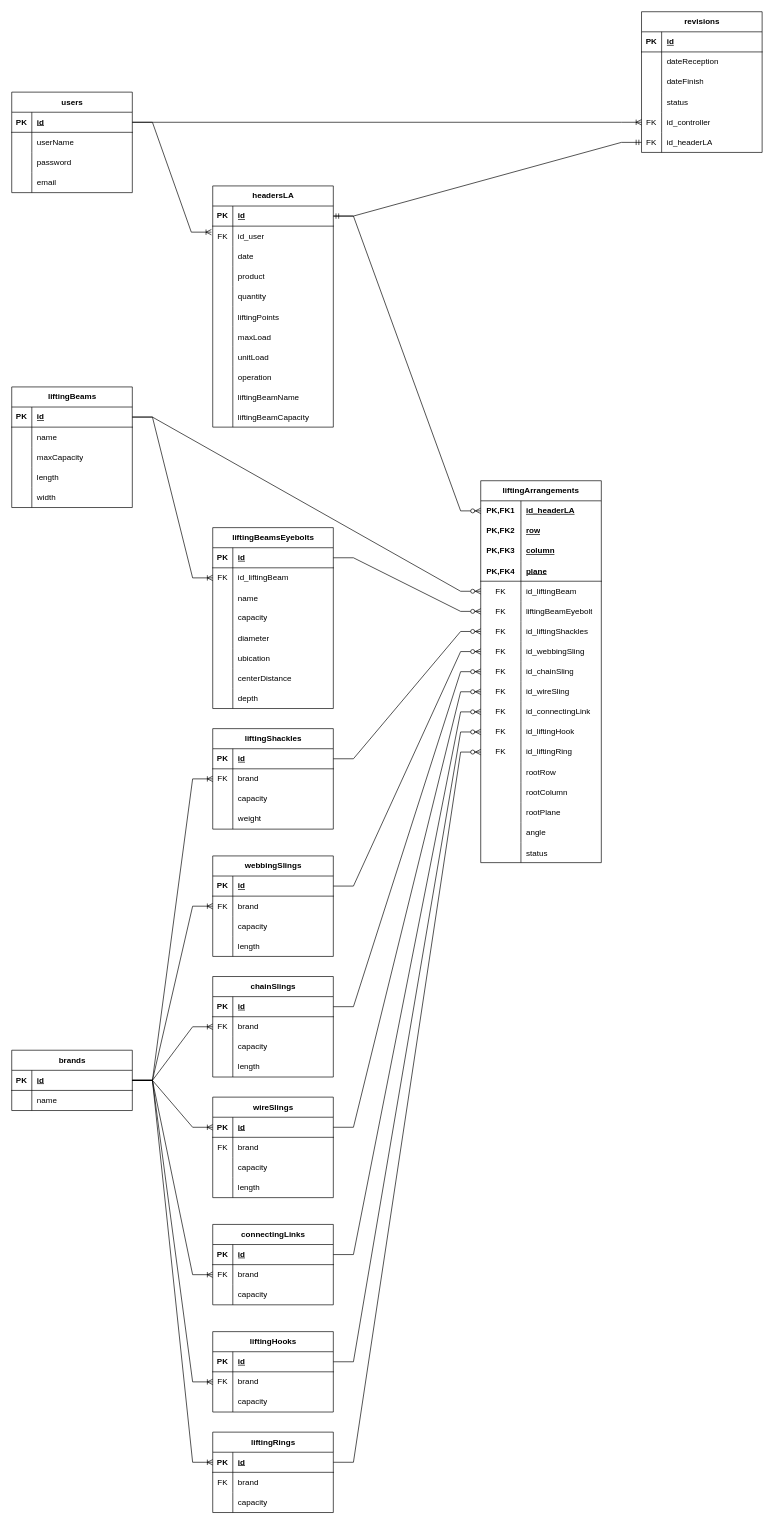
The draw.io diagram Lifting Arrangement.drawio in diego-g-cono/LiftingArrangement, before the edit. Source tidied: cells renumbered, new cells numbered last; positions are measured from the earlier drawing's top-left corner, leaving out a move shared by most shapes. Both pictures are drawn from the tidied source at 67%, with x=0, y=0 at pixel (11, 11).
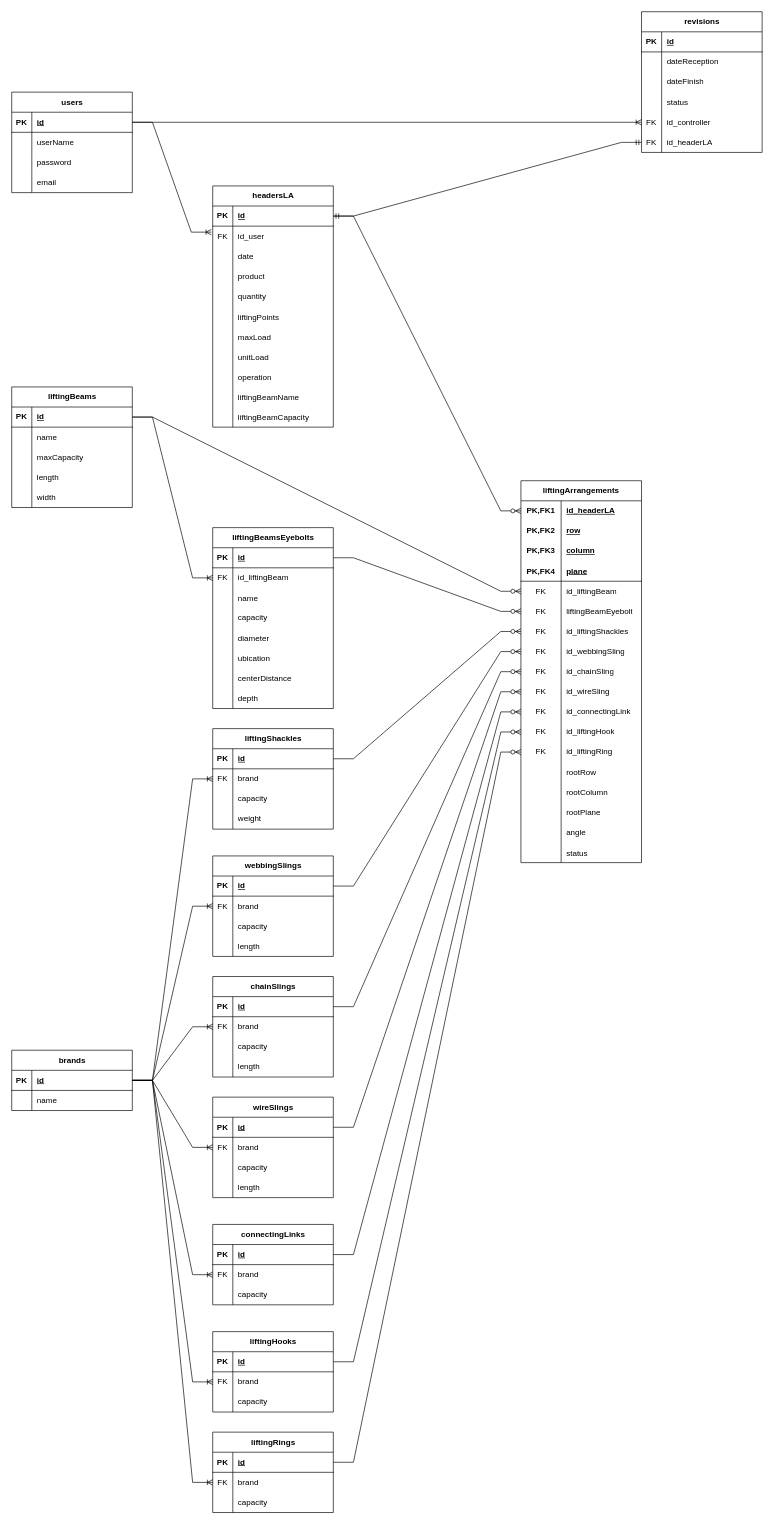
The same diagram, later.

Commit message (it also covers changes not shown here):
se agrego el metodo Get para traer todos los usuarios

The change refers to these unchanged cells:
```xml
<mxCell id="119" style="shape=tableRow;horizontal=0;startSize=0;swimlaneHead=0;swimlaneBody=0;fillColor=none;points=[[0,0.5],[1,0.5]];portConstraint=eastwest;top=0;left=0;right=0;bottom=1;" parent="118" vertex="1">
  <mxGeometry y="30" width="180" height="30" as="geometry" />
</mxCell>
<mxCell id="155" style="shape=tableRow;horizontal=0;startSize=0;swimlaneHead=0;swimlaneBody=0;fillColor=none;points=[[0,0.5],[1,0.5]];portConstraint=eastwest;top=0;left=0;right=0;bottom=1;" parent="154" vertex="1">
  <mxGeometry y="30" width="180" height="30" as="geometry" />
</mxCell>
<mxCell id="158" style="shape=tableRow;horizontal=0;startSize=0;swimlaneHead=0;swimlaneBody=0;fillColor=none;points=[[0,0.5],[1,0.5]];portConstraint=eastwest;top=0;left=0;right=0;bottom=0;" parent="154" vertex="1">
  <mxGeometry y="60" width="180" height="30" as="geometry" />
</mxCell>
<mxCell id="252" style="shape=tableRow;horizontal=0;startSize=0;swimlaneHead=0;swimlaneBody=0;fillColor=none;points=[[0,0.5],[1,0.5]];portConstraint=eastwest;top=0;left=0;right=0;bottom=1;" parent="251" vertex="1">
  <mxGeometry y="30" width="180" height="30" as="geometry" />
</mxCell>
<mxCell id="255" style="shape=tableRow;horizontal=0;startSize=0;swimlaneHead=0;swimlaneBody=0;fillColor=none;points=[[0,0.5],[1,0.5]];portConstraint=eastwest;top=0;left=0;right=0;bottom=0;" parent="251" vertex="1">
  <mxGeometry y="60" width="180" height="30" as="geometry" />
</mxCell>
```

What changed in the source:
```diff
@@
     <mxCell id="49" value="liftingArrangements" style="shape=table;startSize=30;childLayout=tableLayout;rowLines=0;fontStyle=1;align=center;html=1;whiteSpace=wrap;" parent="1" vertex="1">
-      <mxGeometry x="700" y="700" width="180" height="570" as="geometry" />
+      <mxGeometry x="760" y="700" width="180" height="570" as="geometry" />
     </mxCell>
@@
-    <mxCell id="167" style="edgeStyle=entityRelationEdgeStyle;fontSize=12;html=1;endArrow=ERoneToMany;rounded=0;entryX=0;entryY=0.5;entryDx=0;entryDy=0;exitX=1;exitY=0.5;exitDx=0;exitDy=0;" parent="1" edge="1" source="119" target="155">
+    <mxCell id="167" style="edgeStyle=entityRelationEdgeStyle;fontSize=12;html=1;endArrow=ERoneToMany;rounded=0;entryX=0;entryY=0.5;entryDx=0;entryDy=0;exitX=1;exitY=0.5;exitDx=0;exitDy=0;" parent="1" edge="1" source="119" target="158">
       <mxGeometry relative="1" as="geometry" />
     </mxCell>
@@
-    <mxCell id="261" style="edgeStyle=entityRelationEdgeStyle;fontSize=12;html=1;endArrow=ERoneToMany;rounded=0;exitX=1;exitY=0.5;exitDx=0;exitDy=0;entryX=0;entryY=0.5;entryDx=0;entryDy=0;" parent="1" edge="1" source="119" target="252">
+    <mxCell id="261" style="edgeStyle=entityRelationEdgeStyle;fontSize=12;html=1;endArrow=ERoneToMany;rounded=0;exitX=1;exitY=0.5;exitDx=0;exitDy=0;entryX=0;entryY=0.5;entryDx=0;entryDy=0;" parent="1" edge="1" source="119" target="255">
       <mxGeometry relative="1" as="geometry" />
     </mxCell>
```
